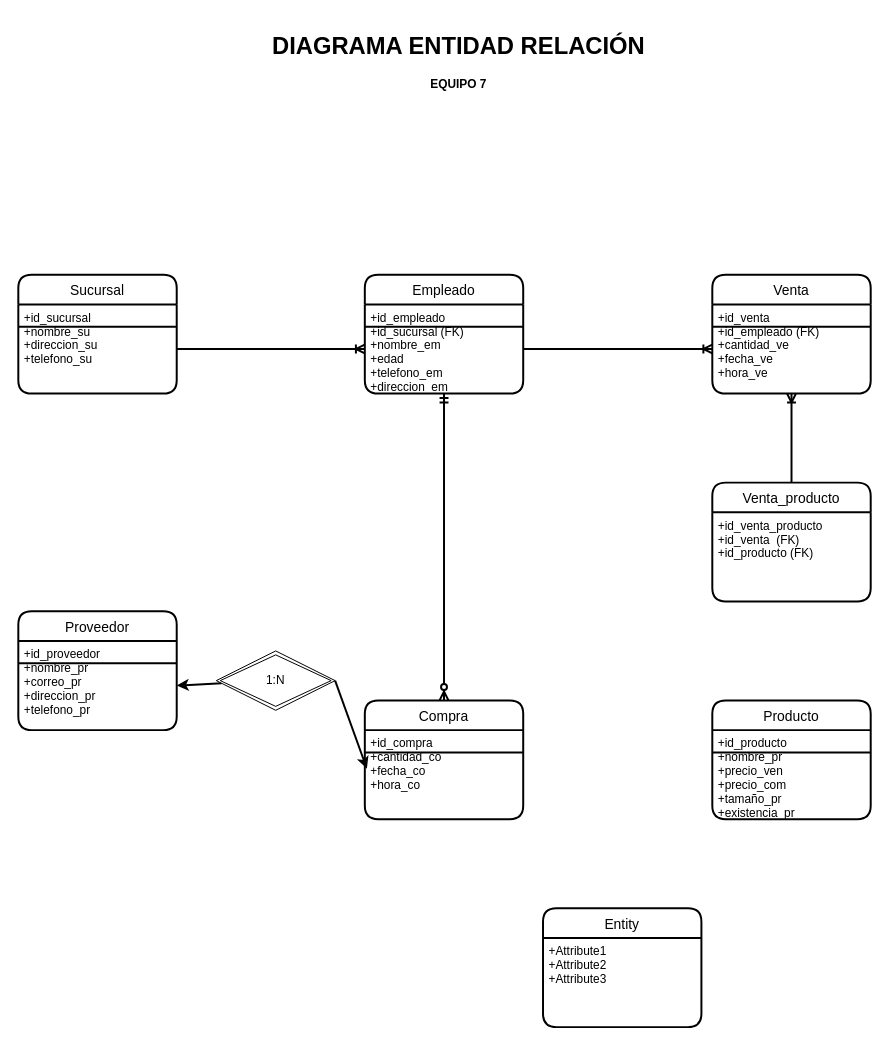
Above: Diagrama Relacional.drawio in cato97/hello-world (draw.io), before the change. Source tidied: cells renumbered, new cells numbered last; positions are measured from the earlier drawing's top-left corner, leaving out a move shared by most shapes. Both pictures are drawn from the tidied source at 99%, with x=0, y=0 at pixel (18, 27).
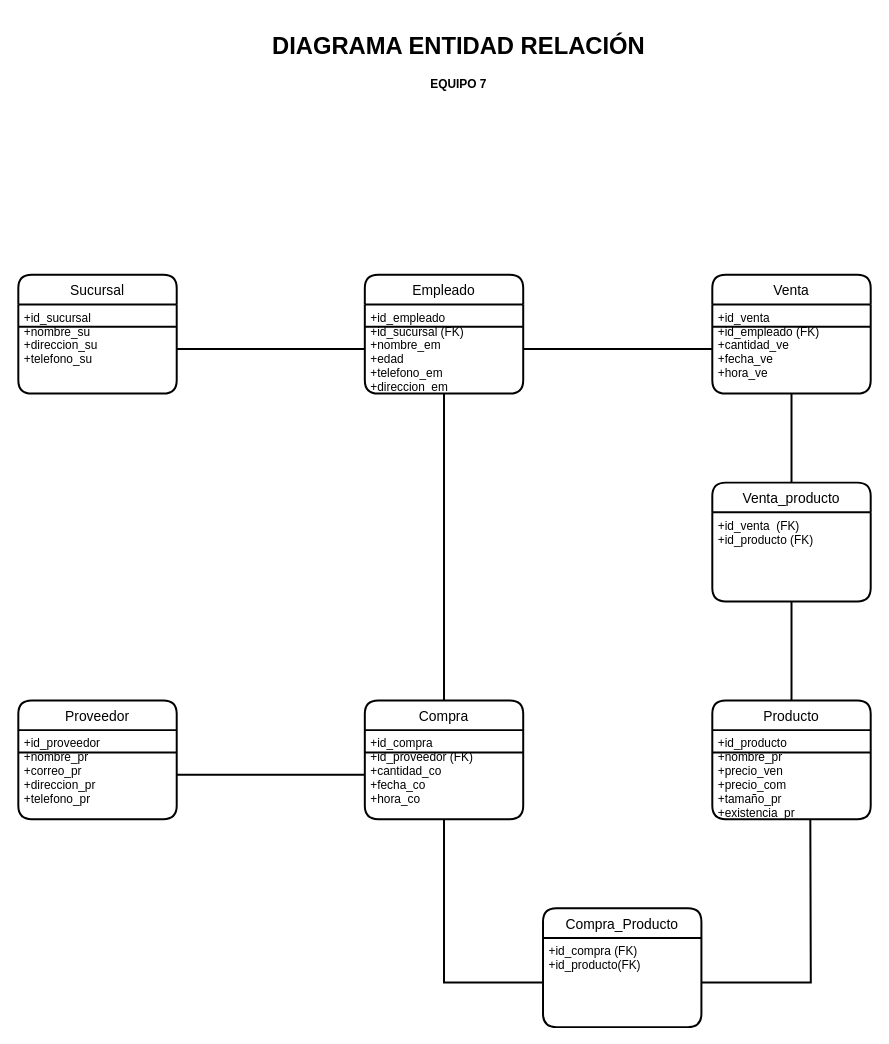
The same diagram, later.

Unchanged cells that the change refers to:
```xml
<mxCell id="4" value="+id_empleado&#10;+id_sucursal (FK)&#10;+nombre_em&#10;+edad&#10;+telefono_em&#10;+direccion_em" style="align=left;strokeColor=none;fillColor=none;spacingLeft=4;fontSize=12;verticalAlign=top;" parent="3" vertex="1">
  <mxGeometry y="30" width="160" height="90" as="geometry" />
</mxCell>
<mxCell id="8" value="+id_sucursal&#10;+nombre_su&#10;+direccion_su&#10;+telefono_su" style="align=left;strokeColor=none;fillColor=none;spacingLeft=4;fontSize=12;verticalAlign=top;" parent="7" vertex="1">
  <mxGeometry y="30" width="160" height="90" as="geometry" />
</mxCell>
<mxCell id="19" value="+id_venta&#10;+id_empleado (FK)&#10;+cantidad_ve&#10;+fecha_ve&#10;+hora_ve" style="align=left;strokeColor=none;fillColor=none;spacingLeft=4;fontSize=12;verticalAlign=top;" parent="17" vertex="1">
  <mxGeometry y="30" width="160" height="90" as="geometry" />
</mxCell>
<mxCell id="21" value="Compra" style="swimlane;horizontal=1;startSize=30;rounded=1;fontSize=14;fontStyle=0;strokeWidth=2;shadow=0;dashed=0;align=center;" parent="1" vertex="1">
  <mxGeometry x="350" y="680" width="160" height="120" as="geometry" />
</mxCell>
<mxCell id="25" value="Venta_producto" style="swimlane;horizontal=1;startSize=30;rounded=1;fontSize=14;fontStyle=0;strokeWidth=2;shadow=0;dashed=0;align=center;" parent="1" vertex="1">
  <mxGeometry x="701" y="460" width="160" height="120" as="geometry" />
</mxCell>
<mxCell id="28" value="Producto" style="swimlane;horizontal=1;startSize=30;rounded=1;fontSize=14;fontStyle=0;strokeWidth=2;shadow=0;dashed=0;align=center;" parent="1" vertex="1">
  <mxGeometry x="701" y="680" width="160" height="120" as="geometry" />
</mxCell>
```

What changed in the source:
```diff
@@
-    <mxCell id="2" style="fontSize=12;html=1;endArrow=ERzeroToMany;startArrow=ERmandOne;strokeWidth=2;entryX=0.5;entryY=0;entryDx=0;entryDy=0;exitX=0.5;exitY=1;exitDx=0;exitDy=0;" parent="1" edge="1" source="4" target="21">
-      <mxGeometry relative="1" as="geometry" />
-    </mxCell>
@@
-    <mxCell id="10" value="Proveedor" style="swimlane;horizontal=1;startSize=30;rounded=1;fontSize=14;fontStyle=0;strokeWidth=2;shadow=0;dashed=0;align=center;" parent="1" vertex="1">
-      <mxGeometry y="590" width="160" height="120" as="geometry" />
-    </mxCell>
-    <mxCell id="11" value="+id_proveedor&#10;+nombre_pr&#10;+correo_pr&#10;+direccion_pr&#10;+telefono_pr" style="align=left;strokeColor=none;fillColor=none;spacingLeft=4;fontSize=12;verticalAlign=top;" parent="10" vertex="1">
-      <mxGeometry y="30" width="160" height="90" as="geometry" />
-    </mxCell>
-    <mxCell id="12" style="endArrow=none;html=1;strokeWidth=2;exitX=0;exitY=0.25;exitDx=0;exitDy=0;entryX=1;entryY=0.25;entryDx=0;entryDy=0;" parent="10" edge="1" source="11" target="11">
-      <mxGeometry relative="1" as="geometry" />
-    </mxCell>
-    <mxCell id="13" style="edgeStyle=none;rounded=0;jettySize=auto;html=1;entryX=1;entryY=0.5;entryDx=0;entryDy=0;strokeWidth=2;" parent="1" edge="1" source="15" target="11">
-      <mxGeometry relative="1" as="geometry" />
-    </mxCell>
-    <mxCell id="14" style="edgeStyle=none;rounded=0;jettySize=auto;html=1;exitX=1;exitY=0.5;exitDx=0;exitDy=0;entryX=0.013;entryY=0.433;entryDx=0;entryDy=0;entryPerimeter=0;strokeWidth=2;" parent="1" edge="1" source="15" target="22">
-      <mxGeometry relative="1" as="geometry" />
-    </mxCell>
-    <mxCell id="15" value="1:N" style="shape=rhombus;double=1;perimeter=rhombusPerimeter;whiteSpace=wrap;html=1;align=center;" parent="1" vertex="1">
-      <mxGeometry x="200" y="630" width="120" height="60" as="geometry" />
-    </mxCell>
-    <mxCell id="16" style="edgeStyle=entityRelationEdgeStyle;fontSize=12;html=1;endArrow=ERoneToMany;exitX=1;exitY=0.5;exitDx=0;exitDy=0;entryX=0;entryY=0.5;entryDx=0;entryDy=0;strokeWidth=2;" parent="1" edge="1" source="8" target="4">
-      <mxGeometry relative="1" as="geometry" />
-    </mxCell>
@@
-    <mxCell id="20" style="edgeStyle=entityRelationEdgeStyle;fontSize=12;html=1;endArrow=ERoneToMany;strokeWidth=2;exitX=1;exitY=0.5;exitDx=0;exitDy=0;entryX=0;entryY=0.5;entryDx=0;entryDy=0;" parent="1" edge="1" source="4" target="19">
-      <mxGeometry relative="1" as="geometry" />
-    </mxCell>
@@
-    <mxCell id="22" value="+id_compra&#10;+cantidad_co&#10;+fecha_co&#10;+hora_co" style="align=left;strokeColor=none;fillColor=none;spacingLeft=4;fontSize=12;verticalAlign=top;" parent="21" vertex="1">
+    <mxCell id="22" value="+id_compra&#10;+id_proveedor (FK)&#10;+cantidad_co&#10;+fecha_co&#10;+hora_co" style="align=left;strokeColor=none;fillColor=none;spacingLeft=4;fontSize=12;verticalAlign=top;" parent="21" vertex="1">
       <mxGeometry y="30" width="160" height="90" as="geometry" />
     </mxCell>
@@
-    <mxCell id="26" value="+id_venta_producto&#10;+id_venta  (FK)&#10;+id_producto (FK)" style="align=left;strokeColor=none;fillColor=none;spacingLeft=4;fontSize=12;verticalAlign=top;" parent="25" vertex="1">
+    <mxCell id="26" value="+id_venta  (FK)&#10;+id_producto (FK)" style="align=left;strokeColor=none;fillColor=none;spacingLeft=4;fontSize=12;verticalAlign=top;" parent="25" vertex="1">
       <mxGeometry y="30" width="160" height="90" as="geometry" />
     </mxCell>
-    <mxCell id="27" style="fontSize=12;html=1;endArrow=ERoneToMany;strokeWidth=2;entryX=0.5;entryY=1;entryDx=0;entryDy=0;" parent="1" edge="1" target="19">
-      <mxGeometry relative="1" as="geometry">
-        <mxPoint x="781" y="460" as="sourcePoint" />
-      </mxGeometry>
-    </mxCell>
@@
+    <mxCell id="33" style="endArrow=none;html=1;rounded=0;strokeWidth=2;exitX=1;exitY=0.5;exitDx=0;exitDy=0;edgeStyle=orthogonalEdgeStyle;" parent="28" edge="1" source="32">
+      <mxGeometry relative="1" as="geometry">
+        <mxPoint x="99" y="120" as="targetPoint" />
+      </mxGeometry>
+    </mxCell>
-    <mxCell id="31" value="Entity" style="swimlane;horizontal=1;startSize=30;rounded=1;fontSize=14;fontStyle=0;strokeWidth=2;shadow=0;dashed=0;align=center;" parent="1" vertex="1">
+    <mxCell id="31" value="Compra_Producto" style="swimlane;horizontal=1;startSize=30;rounded=1;fontSize=14;fontStyle=0;strokeWidth=2;shadow=0;dashed=0;align=center;" parent="1" vertex="1">
       <mxGeometry x="530" y="890" width="160" height="120" as="geometry" />
     </mxCell>
-    <mxCell id="32" value="+Attribute1&#10;+Attribute2&#10;+Attribute3" style="align=left;strokeColor=none;fillColor=none;spacingLeft=4;fontSize=12;verticalAlign=top;" parent="31" vertex="1">
+    <mxCell id="32" value="+id_compra (FK)&#10;+id_producto(FK)" style="align=left;strokeColor=none;fillColor=none;spacingLeft=4;fontSize=12;verticalAlign=top;" parent="31" vertex="1">
       <mxGeometry y="30" width="160" height="90" as="geometry" />
     </mxCell>
+    <mxCell id="10" value="Proveedor" style="swimlane;horizontal=1;startSize=30;rounded=1;fontSize=14;fontStyle=0;strokeWidth=2;shadow=0;dashed=0;align=center;" parent="1" vertex="1">
+      <mxGeometry y="680" width="160" height="120" as="geometry" />
+    </mxCell>
+    <mxCell id="11" value="+id_proveedor&#10;+nombre_pr&#10;+correo_pr&#10;+direccion_pr&#10;+telefono_pr" style="align=left;strokeColor=none;fillColor=none;spacingLeft=4;fontSize=12;verticalAlign=top;" parent="10" vertex="1">
+      <mxGeometry y="30" width="160" height="90" as="geometry" />
+    </mxCell>
+    <mxCell id="12" style="endArrow=none;html=1;strokeWidth=2;exitX=0;exitY=0.25;exitDx=0;exitDy=0;entryX=1;entryY=0.25;entryDx=0;entryDy=0;" parent="10" edge="1" source="11" target="11">
+      <mxGeometry relative="1" as="geometry" />
+    </mxCell>
+    <mxCell id="34" style="endArrow=none;html=1;rounded=0;strokeWidth=2;entryX=0;entryY=0.5;entryDx=0;entryDy=0;exitX=0.5;exitY=1;exitDx=0;exitDy=0;edgeStyle=orthogonalEdgeStyle;" parent="1" edge="1" source="22" target="32">
+      <mxGeometry relative="1" as="geometry" />
+    </mxCell>
+    <mxCell id="35" style="endArrow=none;html=1;rounded=0;strokeWidth=2;exitX=0.5;exitY=0;exitDx=0;exitDy=0;entryX=0.5;entryY=1;entryDx=0;entryDy=0;" parent="1" edge="1" source="28" target="26">
+      <mxGeometry relative="1" as="geometry" />
+    </mxCell>
+    <mxCell id="36" style="endArrow=none;html=1;rounded=0;strokeWidth=2;exitX=0.5;exitY=1;exitDx=0;exitDy=0;entryX=0.5;entryY=0;entryDx=0;entryDy=0;" parent="1" edge="1" source="19" target="25">
+      <mxGeometry relative="1" as="geometry" />
+    </mxCell>
+    <mxCell id="20" style="endArrow=none;html=1;rounded=0;strokeWidth=2;exitX=1;exitY=0.5;exitDx=0;exitDy=0;entryX=0;entryY=0.5;entryDx=0;entryDy=0;" parent="1" edge="1" source="4" target="19">
+      <mxGeometry relative="1" as="geometry" />
+    </mxCell>
+    <mxCell id="16" style="endArrow=none;html=1;rounded=0;strokeWidth=2;exitX=1;exitY=0.5;exitDx=0;exitDy=0;entryX=0;entryY=0.5;entryDx=0;entryDy=0;" parent="1" edge="1" source="8" target="4">
+      <mxGeometry relative="1" as="geometry" />
+    </mxCell>
+    <mxCell id="37" style="endArrow=none;html=1;rounded=0;strokeWidth=2;exitX=1;exitY=0.5;exitDx=0;exitDy=0;entryX=0;entryY=0.5;entryDx=0;entryDy=0;" parent="1" edge="1" source="11" target="22">
+      <mxGeometry relative="1" as="geometry" />
+    </mxCell>
+    <mxCell id="2" style="endArrow=none;html=1;rounded=0;strokeWidth=2;exitX=0.5;exitY=1;exitDx=0;exitDy=0;entryX=0.5;entryY=0;entryDx=0;entryDy=0;" parent="1" edge="1" source="4" target="21">
+      <mxGeometry relative="1" as="geometry" />
+    </mxCell>
```
